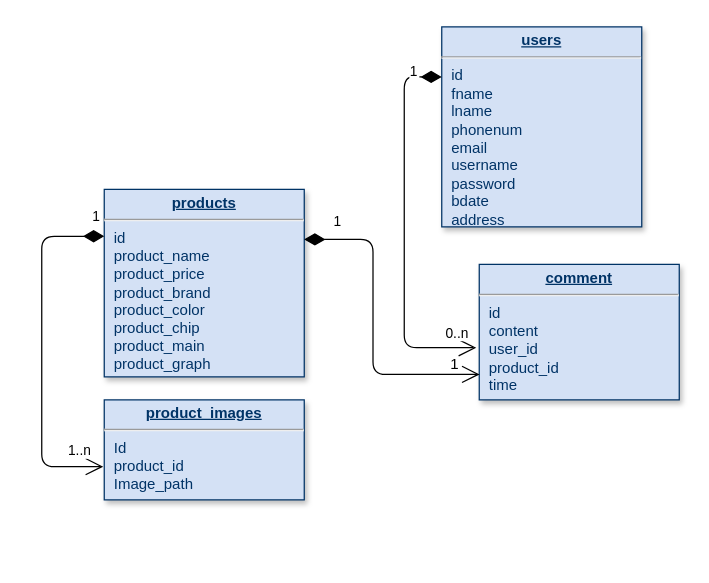
Earlier version of the draw.io diagram dtb_schema.drawio (quangmnh/drawio). Source tidied: cells renumbered, new cells numbered last; positions are measured from the earlier drawing's top-left corner, leaving out a move shared by most shapes. Both pictures are drawn from the tidied source at 125%, with x=0, y=0 at pixel (41, 26).
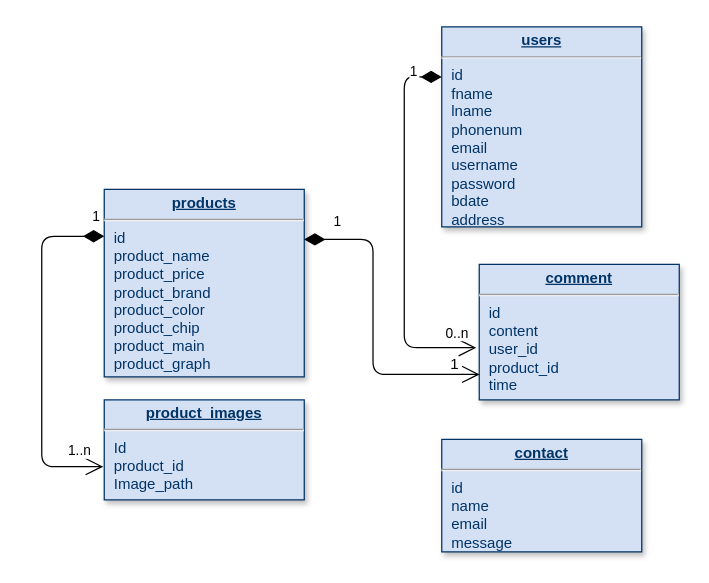
The same page after the edit.

What changed in the source:
```diff
@@
 <mxGraphModel>
   <root>
     <mxCell id="0" />
     <mxCell id="1" parent="0" />
     <mxCell id="2" value="&lt;p style=&quot;margin: 0px ; margin-top: 4px ; text-align: center ; text-decoration: underline&quot;&gt;&lt;strong&gt;products&lt;/strong&gt;&lt;/p&gt;&lt;hr&gt;&lt;p style=&quot;margin: 0px ; margin-left: 8px&quot;&gt;id&lt;/p&gt;&lt;p style=&quot;margin: 0px ; margin-left: 8px&quot;&gt;product_name&lt;/p&gt;&lt;p style=&quot;margin: 0px 0px 0px 8px&quot;&gt;product_price&lt;/p&gt;&lt;p style=&quot;margin: 0px 0px 0px 8px&quot;&gt;product_brand&lt;/p&gt;&lt;p style=&quot;margin: 0px 0px 0px 8px&quot;&gt;product_color&lt;/p&gt;&lt;p style=&quot;margin: 0px 0px 0px 8px&quot;&gt;product_chip&lt;/p&gt;&lt;p style=&quot;margin: 0px 0px 0px 8px&quot;&gt;product_main&lt;/p&gt;&lt;p style=&quot;margin: 0px ; margin-left: 8px&quot;&gt;product_graph&lt;br&gt;&lt;/p&gt;&lt;p style=&quot;margin: 0px ; margin-left: 8px&quot;&gt;&lt;br&gt;&lt;/p&gt;" style="verticalAlign=top;align=left;overflow=fill;fontSize=12;fontFamily=Helvetica;html=1;strokeColor=#003366;shadow=1;fillColor=#D4E1F5;fontColor=#003366;" parent="1" vertex="1">
       <mxGeometry x="49.9" y="130" width="160" height="150" as="geometry" />
     </mxCell>
     <mxCell id="3" value="&lt;p style=&quot;margin: 0px ; margin-top: 4px ; text-align: center ; text-decoration: underline&quot;&gt;&lt;strong&gt;comment&lt;/strong&gt;&lt;/p&gt;&lt;hr&gt;&lt;p style=&quot;margin: 0px ; margin-left: 8px&quot;&gt;id&lt;/p&gt;&lt;p style=&quot;margin: 0px ; margin-left: 8px&quot;&gt;content&lt;/p&gt;&lt;p style=&quot;margin: 0px ; margin-left: 8px&quot;&gt;user_id&lt;/p&gt;&lt;p style=&quot;margin: 0px ; margin-left: 8px&quot;&gt;product_id&lt;/p&gt;&lt;p style=&quot;margin: 0px ; margin-left: 8px&quot;&gt;time&lt;/p&gt;&lt;p style=&quot;margin: 0px ; margin-left: 8px&quot;&gt;&lt;br&gt;&lt;/p&gt;" style="verticalAlign=top;align=left;overflow=fill;fontSize=12;fontFamily=Helvetica;html=1;strokeColor=#003366;shadow=1;fillColor=#D4E1F5;fontColor=#003366;" parent="1" vertex="1">
       <mxGeometry x="349.9" y="190" width="160" height="108.4" as="geometry" />
     </mxCell>
     <mxCell id="4" value="1" style="endArrow=open;endSize=12;startArrow=diamondThin;startSize=14;startFill=1;edgeStyle=orthogonalEdgeStyle;align=left;verticalAlign=bottom;entryX=0.002;entryY=0.812;entryDx=0;entryDy=0;entryPerimeter=0;" parent="1" edge="1" source="2" target="3">
       <mxGeometry x="-0.82" y="5" relative="1" as="geometry">
         <Array as="points">
           <mxPoint x="264.9" y="170" />
           <mxPoint x="264.9" y="278" />
         </Array>
       </mxGeometry>
     </mxCell>
     <mxCell id="5" value="&lt;p style=&quot;margin: 0px ; margin-top: 4px ; text-align: center ; text-decoration: underline&quot;&gt;&lt;strong&gt;product_images&lt;/strong&gt;&lt;/p&gt;&lt;hr&gt;&lt;p style=&quot;margin: 0px ; margin-left: 8px&quot;&gt;Id&lt;/p&gt;&lt;p style=&quot;margin: 0px ; margin-left: 8px&quot;&gt;product_id&lt;/p&gt;&lt;p style=&quot;margin: 0px ; margin-left: 8px&quot;&gt;Image_path&lt;/p&gt;&lt;p style=&quot;margin: 0px ; margin-left: 8px&quot;&gt;&lt;br&gt;&lt;/p&gt;" style="verticalAlign=top;align=left;overflow=fill;fontSize=12;fontFamily=Helvetica;html=1;strokeColor=#003366;shadow=1;fillColor=#D4E1F5;fontColor=#003366;" parent="1" vertex="1">
       <mxGeometry x="49.9" y="298.4" width="160" height="80" as="geometry" />
     </mxCell>
     <mxCell id="6" value="&lt;p style=&quot;margin: 0px ; margin-top: 4px ; text-align: center ; text-decoration: underline&quot;&gt;&lt;strong&gt;users&lt;/strong&gt;&lt;/p&gt;&lt;hr&gt;&lt;p style=&quot;margin: 0px ; margin-left: 8px&quot;&gt;id&lt;/p&gt;&lt;p style=&quot;margin: 0px ; margin-left: 8px&quot;&gt;fname&lt;/p&gt;&lt;p style=&quot;margin: 0px ; margin-left: 8px&quot;&gt;lname&lt;/p&gt;&lt;p style=&quot;margin: 0px ; margin-left: 8px&quot;&gt;phonenum&lt;/p&gt;&lt;p style=&quot;margin: 0px ; margin-left: 8px&quot;&gt;email&lt;/p&gt;&lt;p style=&quot;margin: 0px ; margin-left: 8px&quot;&gt;username&lt;/p&gt;&lt;p style=&quot;margin: 0px ; margin-left: 8px&quot;&gt;password&lt;/p&gt;&lt;p style=&quot;margin: 0px ; margin-left: 8px&quot;&gt;bdate&lt;/p&gt;&lt;p style=&quot;margin: 0px ; margin-left: 8px&quot;&gt;address&lt;/p&gt;&lt;p style=&quot;margin: 0px ; margin-left: 8px&quot;&gt;&lt;br&gt;&lt;/p&gt;" style="verticalAlign=top;align=left;overflow=fill;fontSize=12;fontFamily=Helvetica;html=1;strokeColor=#003366;shadow=1;fillColor=#D4E1F5;fontColor=#003366;" parent="1" vertex="1">
       <mxGeometry x="319.9" width="160" height="160" as="geometry" />
     </mxCell>
     <mxCell id="7" value="1" style="endArrow=open;endSize=12;startArrow=diamondThin;startSize=14;startFill=1;edgeStyle=orthogonalEdgeStyle;align=left;verticalAlign=bottom;exitX=0;exitY=0.25;exitDx=0;exitDy=0;entryX=-0.005;entryY=0.668;entryDx=0;entryDy=0;entryPerimeter=0;" parent="1" edge="1" source="2" target="5">
       <mxGeometry x="-0.92" y="-7" relative="1" as="geometry">
         <Array as="points">
           <mxPoint x="-0.1" y="167" />
           <mxPoint x="-0.1" y="352" />
         </Array>
       </mxGeometry>
     </mxCell>
     <mxCell id="8" value="1..n" style="edgeLabel;html=1;align=center;verticalAlign=middle;" parent="7" vertex="1">
       <mxGeometry x="0.94" y="5" relative="1" as="geometry">
         <mxPoint x="-11" y="-8" as="offset" />
       </mxGeometry>
     </mxCell>
     <mxCell id="9" value="1" style="endArrow=open;endSize=12;startArrow=diamondThin;startSize=14;startFill=1;edgeStyle=orthogonalEdgeStyle;align=left;verticalAlign=bottom;exitX=0;exitY=0.25;exitDx=0;exitDy=0;entryX=-0.015;entryY=0.615;entryDx=0;entryDy=0;entryPerimeter=0;" parent="1" edge="1" source="6" target="3">
       <mxGeometry x="-0.82" y="5" relative="1" as="geometry">
         <Array as="points">
           <mxPoint x="289.9" y="40" />
           <mxPoint x="289.9" y="257" />
         </Array>
       </mxGeometry>
     </mxCell>
     <mxCell id="10" value="0..n" style="edgeLabel;html=1;align=center;verticalAlign=middle;" parent="9" vertex="1">
       <mxGeometry x="0.91" y="6" relative="1" as="geometry">
         <mxPoint x="-3" y="-6" as="offset" />
       </mxGeometry>
     </mxCell>
     <mxCell id="11" value="1" style="text;html=1;align=center;verticalAlign=middle;strokeColor=none;" parent="1" vertex="1">
       <mxGeometry x="319.9" y="260" width="20" height="20" as="geometry" />
     </mxCell>
+    <mxCell id="12" value="&lt;p style=&quot;margin: 0px ; margin-top: 4px ; text-align: center ; text-decoration: underline&quot;&gt;&lt;strong&gt;contact&lt;/strong&gt;&lt;/p&gt;&lt;hr&gt;&lt;p style=&quot;margin: 0px ; margin-left: 8px&quot;&gt;id&lt;/p&gt;&lt;p style=&quot;margin: 0px ; margin-left: 8px&quot;&gt;name&lt;/p&gt;&lt;p style=&quot;margin: 0px ; margin-left: 8px&quot;&gt;email&lt;/p&gt;&lt;p style=&quot;margin: 0px ; margin-left: 8px&quot;&gt;message&lt;/p&gt;&lt;p style=&quot;margin: 0px ; margin-left: 8px&quot;&gt;&lt;br&gt;&lt;/p&gt;" style="verticalAlign=top;align=left;overflow=fill;fontSize=12;fontFamily=Helvetica;html=1;strokeColor=#003366;shadow=1;fillColor=#D4E1F5;fontColor=#003366;" parent="1" vertex="1">
+      <mxGeometry x="319.9" y="330" width="160" height="90" as="geometry" />
+    </mxCell>
   </root>
 </mxGraphModel>
```
